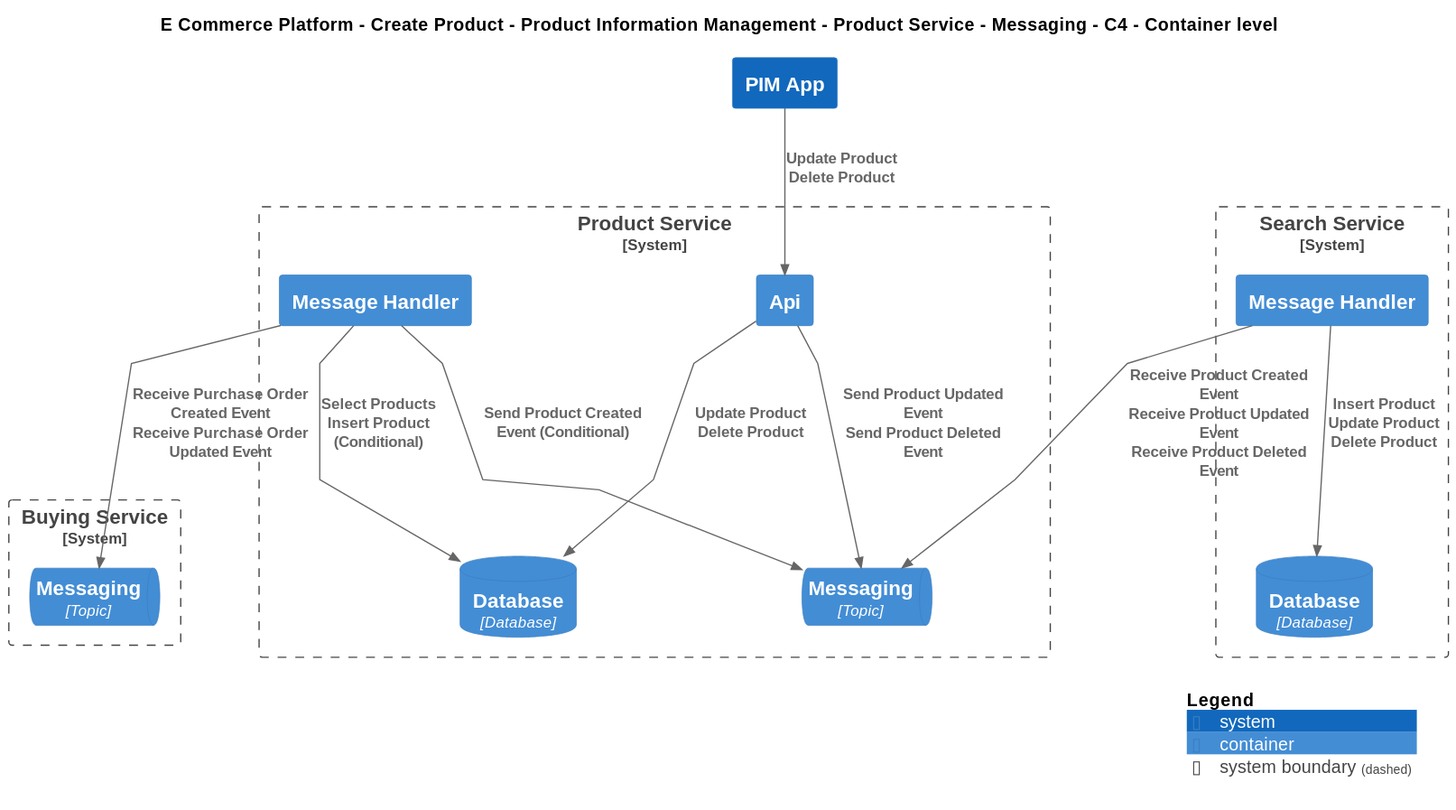
The PlantUML diagram Samples/E-Commerce Platform/Yaml/Diagrams/E Commerce Platform/Views/Messaging/Create Product/Product Information Management/Software Systems/Product Service/Containers/Messaging/Container - C4.svg in mnadenysenko/C4InterFlow, before a commit.
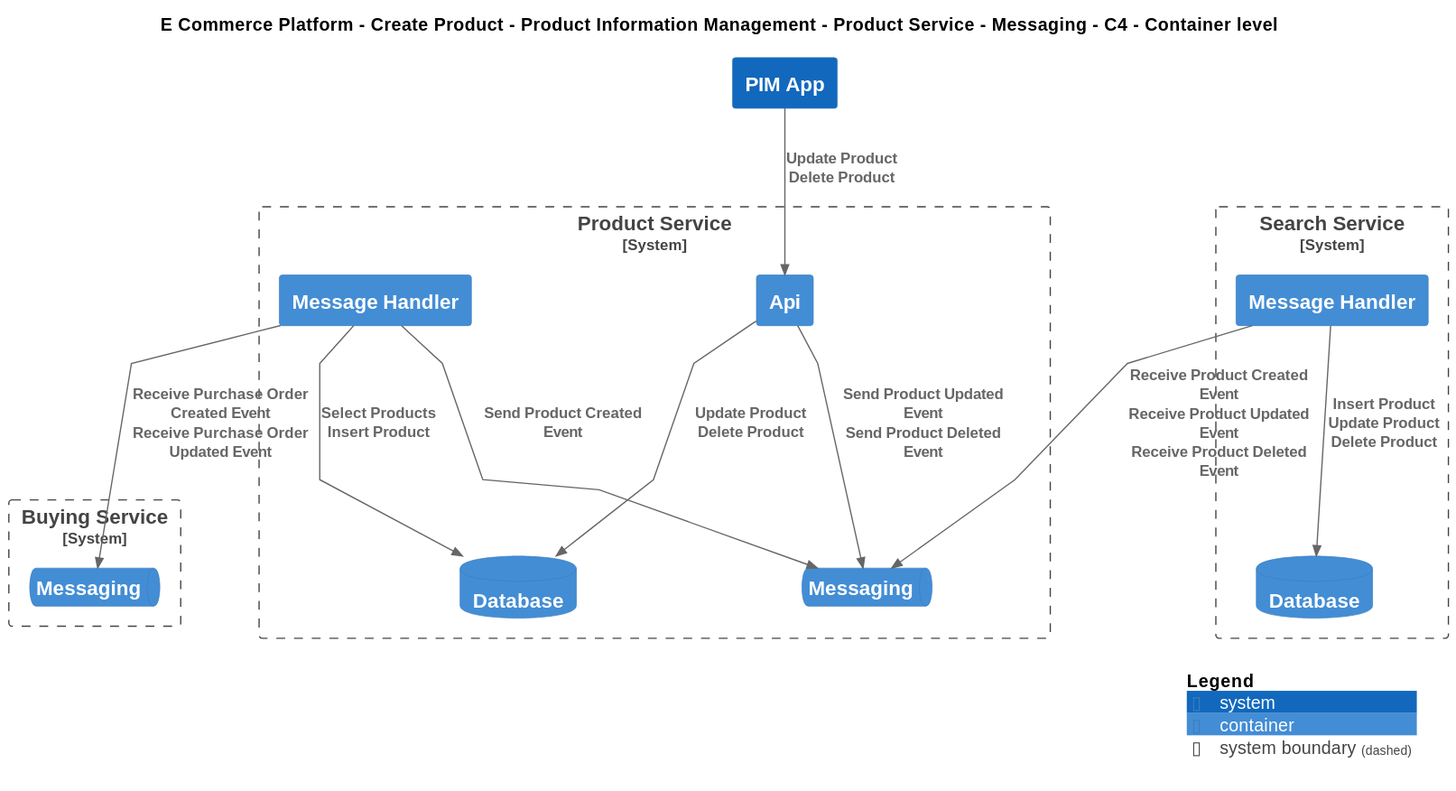
Later version of the same file.

Change to the diagram source:
```diff
@@ -19,24 +19,24 @@
 
 System_Boundary(ECommercePlatform.CreateProduct.ProductInformationManagement.SoftwareSystems.ProductService, "Product Service") {
     Container(ECommercePlatform.CreateProduct.ProductInformationManagement.SoftwareSystems.ProductService.Containers.MessageHandler, "Message Handler", "", "")
-    ContainerDb(ECommercePlatform.CreateProduct.ProductInformationManagement.SoftwareSystems.ProductService.Containers.Database, "Database", "Database", "")
-    ContainerQueue(ECommercePlatform.CreateProduct.ProductInformationManagement.SoftwareSystems.ProductService.Containers.Messaging, "Messaging", "Topic", "")
+    ContainerDb(ECommercePlatform.CreateProduct.ProductInformationManagement.SoftwareSystems.ProductService.Containers.Database, "Database", "", "")
+    ContainerQueue(ECommercePlatform.CreateProduct.ProductInformationManagement.SoftwareSystems.ProductService.Containers.Messaging, "Messaging", "", "")
     Container(ECommercePlatform.CreateProduct.ProductInformationManagement.SoftwareSystems.ProductService.Containers.Api, "Api", "", "")
 }
 
 System_Boundary(ECommercePlatform.CreateProduct.BuyingAndMerchandising.SoftwareSystems.BuyingService, "Buying Service") {
-    ContainerQueue(ECommercePlatform.CreateProduct.BuyingAndMerchandising.SoftwareSystems.BuyingService.Containers.Messaging, "Messaging", "Topic", "")
+    ContainerQueue(ECommercePlatform.CreateProduct.BuyingAndMerchandising.SoftwareSystems.BuyingService.Containers.Messaging, "Messaging", "", "")
 }
 System(ECommercePlatform.CreateProduct.ProductInformationManagement.SoftwareSystems.PIMApp, "PIM App", "")
 
 System_Boundary(ECommercePlatform.GenerateDemand.SearchAndBrowse.SoftwareSystems.SearchService, "Search Service") {
     Container(ECommercePlatform.GenerateDemand.SearchAndBrowse.SoftwareSystems.SearchService.Containers.MessageHandler, "Message Handler", "", "")
-    ContainerDb(ECommercePlatform.GenerateDemand.SearchAndBrowse.SoftwareSystems.SearchService.Containers.Database, "Database", "Database", "")
+    ContainerDb(ECommercePlatform.GenerateDemand.SearchAndBrowse.SoftwareSystems.SearchService.Containers.Database, "Database", "", "")
 }
 
 Rel(ECommercePlatform.CreateProduct.ProductInformationManagement.SoftwareSystems.ProductService.Containers.MessageHandler, ECommercePlatform.CreateProduct.BuyingAndMerchandising.SoftwareSystems.BuyingService.Containers.Messaging, "Receive Purchase Order Created Event\nReceive Purchase Order Updated Event")
-Rel(ECommercePlatform.CreateProduct.ProductInformationManagement.SoftwareSystems.ProductService.Containers.MessageHandler, ECommercePlatform.CreateProduct.ProductInformationManagement.SoftwareSystems.ProductService.Containers.Database, "Select Products\nInsert Product (Conditional)")
-Rel(ECommercePlatform.CreateProduct.ProductInformationManagement.SoftwareSystems.ProductService.Containers.MessageHandler, ECommercePlatform.CreateProduct.ProductInformationManagement.SoftwareSystems.ProductService.Containers.Messaging, "Send Product Created Event (Conditional)")
+Rel(ECommercePlatform.CreateProduct.ProductInformationManagement.SoftwareSystems.ProductService.Containers.MessageHandler, ECommercePlatform.CreateProduct.ProductInformationManagement.SoftwareSystems.ProductService.Containers.Database, "Select Products\nInsert Product")
+Rel(ECommercePlatform.CreateProduct.ProductInformationManagement.SoftwareSystems.ProductService.Containers.MessageHandler, ECommercePlatform.CreateProduct.ProductInformationManagement.SoftwareSystems.ProductService.Containers.Messaging, "Send Product Created Event")
 Rel(ECommercePlatform.CreateProduct.ProductInformationManagement.SoftwareSystems.PIMApp, ECommercePlatform.CreateProduct.ProductInformationManagement.SoftwareSystems.ProductService.Containers.Api, "Update Product\nDelete Product")
 Rel(ECommercePlatform.CreateProduct.ProductInformationManagement.SoftwareSystems.ProductService.Containers.Api, ECommercePlatform.CreateProduct.ProductInformationManagement.SoftwareSystems.ProductService.Containers.Database, "Update Product\nDelete Product")
 Rel(ECommercePlatform.CreateProduct.ProductInformationManagement.SoftwareSystems.ProductService.Containers.Api, ECommercePlatform.CreateProduct.ProductInformationManagement.SoftwareSystems.ProductService.Containers.Messaging, "Send Product Updated Event\nSend Product Deleted Event")
```
